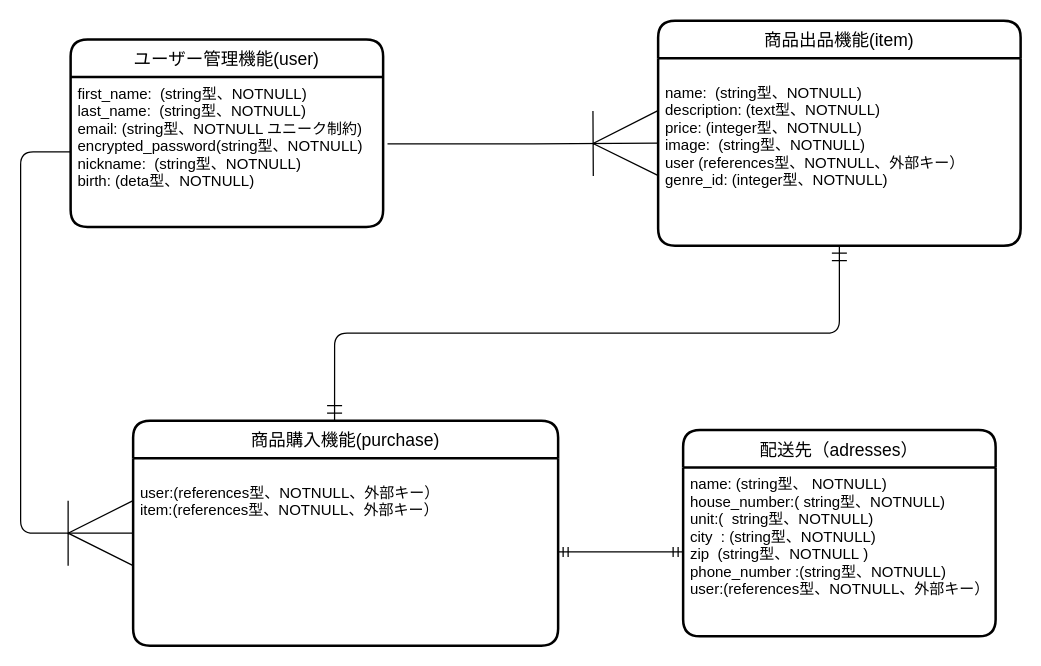
Before: furima.dio in yoshiocamp/furima-40747, a draw.io diagram. Source tidied: cells renumbered, new cells numbered last; positions are measured from the earlier drawing's top-left corner, leaving out a move shared by most shapes. Both pictures are drawn from the tidied source at 125%, with x=0, y=0 at pixel (20, 20).
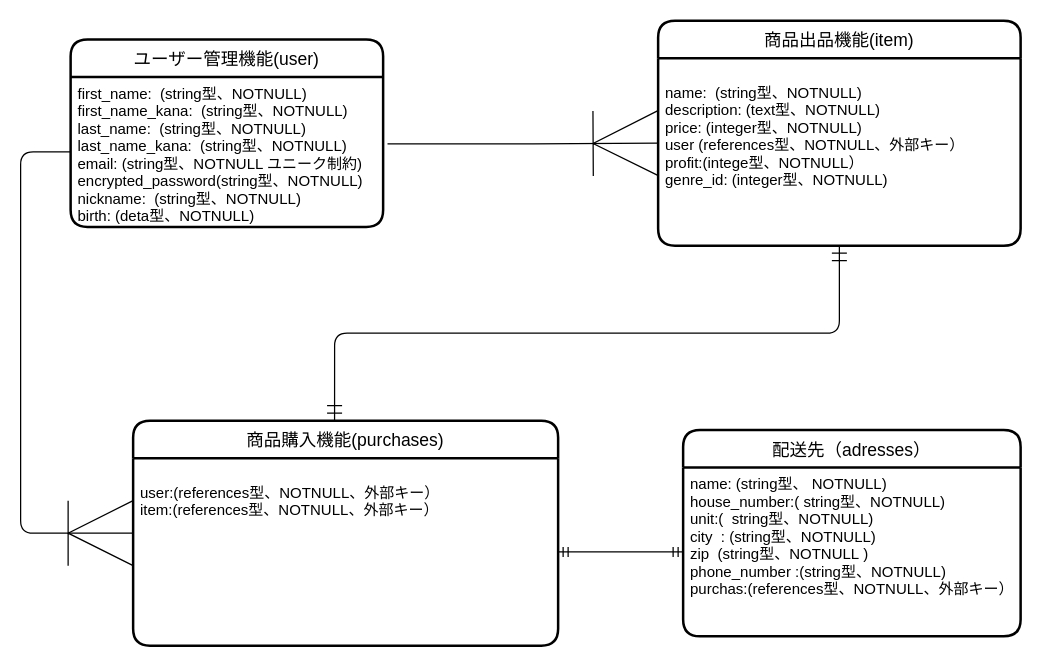
The same diagram, later.

Commit message (it also covers changes not shown here):
DB設計の修正３

The edit, as a diff of the source:
```diff
@@
 <mxGraphModel>
   <root>
     <mxCell id="0" />
     <mxCell id="1" parent="0" />
     <mxCell id="2" value="ユーザー管理機能(user)" style="swimlane;horizontal=1;startSize=30;rounded=1;fontSize=14;fontStyle=0;strokeWidth=2;shadow=0;dashed=0;align=center;" parent="1" vertex="1">
       <mxGeometry x="40" y="15" width="250" height="150" as="geometry" />
     </mxCell>
-    <mxCell id="3" value="first_name:  (string型、NOTNULL)&#10;last_name:  (string型、NOTNULL)&#10;email: (string型、NOTNULL ユニーク制約)&#10;encrypted_password(string型、NOTNULL)&#10;nickname:  (string型、NOTNULL)&#10;birth: (deta型、NOTNULL)&#10;" style="align=left;strokeColor=none;fillColor=none;spacingLeft=4;fontSize=12;verticalAlign=top;" parent="2" vertex="1">
+    <mxCell id="3" value="first_name:  (string型、NOTNULL)&#10;first_name_kana:  (string型、NOTNULL)&#10;last_name:  (string型、NOTNULL)&#10;last_name_kana:  (string型、NOTNULL)&#10;email: (string型、NOTNULL ユニーク制約)&#10;encrypted_password(string型、NOTNULL)&#10;nickname:  (string型、NOTNULL)&#10;birth: (deta型、NOTNULL)&#10;" style="align=left;strokeColor=none;fillColor=none;spacingLeft=4;fontSize=12;verticalAlign=top;" parent="2" vertex="1">
       <mxGeometry y="30" width="250" height="120" as="geometry" />
     </mxCell>
-    <mxCell id="4" value="商品購入機能(purchase)" style="swimlane;horizontal=1;startSize=30;rounded=1;fontSize=14;fontStyle=0;strokeWidth=2;shadow=0;dashed=0;align=center;" parent="1" vertex="1">
+    <mxCell id="4" value="商品購入機能(purchases)" style="swimlane;horizontal=1;startSize=30;rounded=1;fontSize=14;fontStyle=0;strokeWidth=2;shadow=0;dashed=0;align=center;" parent="1" vertex="1">
       <mxGeometry x="90" y="320" width="340" height="180" as="geometry" />
     </mxCell>
     <mxCell id="5" value="&#10;user:(references型、NOTNULL、外部キー）&#10;item:(references型、NOTNULL、外部キー）&#10;" style="align=left;strokeColor=none;fillColor=none;spacingLeft=4;fontSize=12;verticalAlign=top;" parent="4" vertex="1">
       <mxGeometry y="30" width="340" height="150" as="geometry" />
     </mxCell>
     <mxCell id="6" value="商品出品機能(item)" style="swimlane;horizontal=1;startSize=30;rounded=1;fontSize=14;fontStyle=0;strokeWidth=2;shadow=0;dashed=0;align=center;" parent="1" vertex="1">
       <mxGeometry x="510" width="290" height="180" as="geometry" />
     </mxCell>
-    <mxCell id="7" value="&#10;name:  (string型、NOTNULL)&#10;description: (text型、NOTNULL)&#10;price: (integer型、NOTNULL)&#10;image:  (string型、NOTNULL)&#10;user (references型、NOTNULL、外部キー）&#10;genre_id: (integer型、NOTNULL)" style="align=left;strokeColor=none;fillColor=none;spacingLeft=4;fontSize=12;verticalAlign=top;" parent="6" vertex="1">
+    <mxCell id="7" value="&#10;name:  (string型、NOTNULL)&#10;description: (text型、NOTNULL)&#10;price: (integer型、NOTNULL)&#10;user (references型、NOTNULL、外部キー）&#10;profit:(intege型、NOTNULL）&#10;genre_id: (integer型、NOTNULL)" style="align=left;strokeColor=none;fillColor=none;spacingLeft=4;fontSize=12;verticalAlign=top;" parent="6" vertex="1">
       <mxGeometry y="30" width="290" height="150" as="geometry" />
     </mxCell>
     <mxCell id="8" style="edgeStyle=orthogonalEdgeStyle;fontSize=12;html=1;endArrow=ERoneToMany;exitX=1.014;exitY=0.447;exitDx=0;exitDy=0;exitPerimeter=0;endSize=50;startSize=10;targetPerimeterSpacing=0;sourcePerimeterSpacing=0;jumpSize=5;jumpStyle=none;" parent="1" edge="1" source="3">
       <mxGeometry relative="1" as="geometry">
         <mxPoint x="510" y="98" as="targetPoint" />
       </mxGeometry>
     </mxCell>
     <mxCell id="9" style="edgeStyle=orthogonalEdgeStyle;fontSize=12;html=1;endArrow=ERoneToMany;startSize=10;endSize=50;sourcePerimeterSpacing=0;targetPerimeterSpacing=0;jumpStyle=none;jumpSize=5;entryX=0;entryY=0.5;entryDx=0;entryDy=0;exitX=0;exitY=0.5;exitDx=0;exitDy=0;" parent="1" edge="1" source="3" target="4">
       <mxGeometry relative="1" as="geometry">
         <Array as="points">
           <mxPoint y="105" />
           <mxPoint y="410" />
         </Array>
       </mxGeometry>
     </mxCell>
     <mxCell id="10" style="fontSize=12;html=1;endArrow=ERmandOne;startArrow=ERmandOne;startSize=10;endSize=10;sourcePerimeterSpacing=0;targetPerimeterSpacing=0;jumpStyle=none;jumpSize=5;entryX=0.5;entryY=1;entryDx=0;entryDy=0;exitX=0.474;exitY=0;exitDx=0;exitDy=0;edgeStyle=orthogonalEdgeStyle;exitPerimeter=0;" parent="1" edge="1" source="4" target="7">
       <mxGeometry relative="1" as="geometry" />
     </mxCell>
     <mxCell id="11" value="配送先（adresses）" style="swimlane;horizontal=1;startSize=30;rounded=1;fontSize=14;fontStyle=0;strokeWidth=2;shadow=0;dashed=0;align=center;" parent="1" vertex="1">
-      <mxGeometry x="530" y="327.5" width="250" height="165" as="geometry" />
+      <mxGeometry x="530" y="327.5" width="270" height="165" as="geometry" />
     </mxCell>
-    <mxCell id="12" value="name: (string型、 NOTNULL)&#10;house_number:( string型、NOTNULL)&#10;unit:(  string型、NOTNULL)        &#10;city  : (string型、NOTNULL)            &#10;zip  (string型、NOTNULL )       &#10;phone_number :(string型、NOTNULL)&#10;user:(references型、NOTNULL、外部キー）&#10;" style="align=left;strokeColor=none;fillColor=none;spacingLeft=4;fontSize=12;verticalAlign=top;" parent="11" vertex="1">
-      <mxGeometry y="30" width="250" height="135" as="geometry" />
+    <mxCell id="12" value="name: (string型、 NOTNULL)&#10;house_number:( string型、NOTNULL)&#10;unit:(  string型、NOTNULL)        &#10;city  : (string型、NOTNULL)            &#10;zip  (string型、NOTNULL )       &#10;phone_number :(string型、NOTNULL)&#10;purchas:(references型、NOTNULL、外部キー）&#10;" style="align=left;strokeColor=none;fillColor=none;spacingLeft=4;fontSize=12;verticalAlign=top;" parent="11" vertex="1">
+      <mxGeometry y="30" width="270" height="135" as="geometry" />
     </mxCell>
     <mxCell id="13" style="edgeStyle=entityRelationEdgeStyle;fontSize=12;html=1;endArrow=ERmandOne;startArrow=ERmandOne;exitX=1;exitY=0.5;exitDx=0;exitDy=0;entryX=0;entryY=0.5;entryDx=0;entryDy=0;" parent="1" edge="1" source="5" target="12">
       <mxGeometry relative="1" as="geometry" />
     </mxCell>
   </root>
 </mxGraphModel>
```
